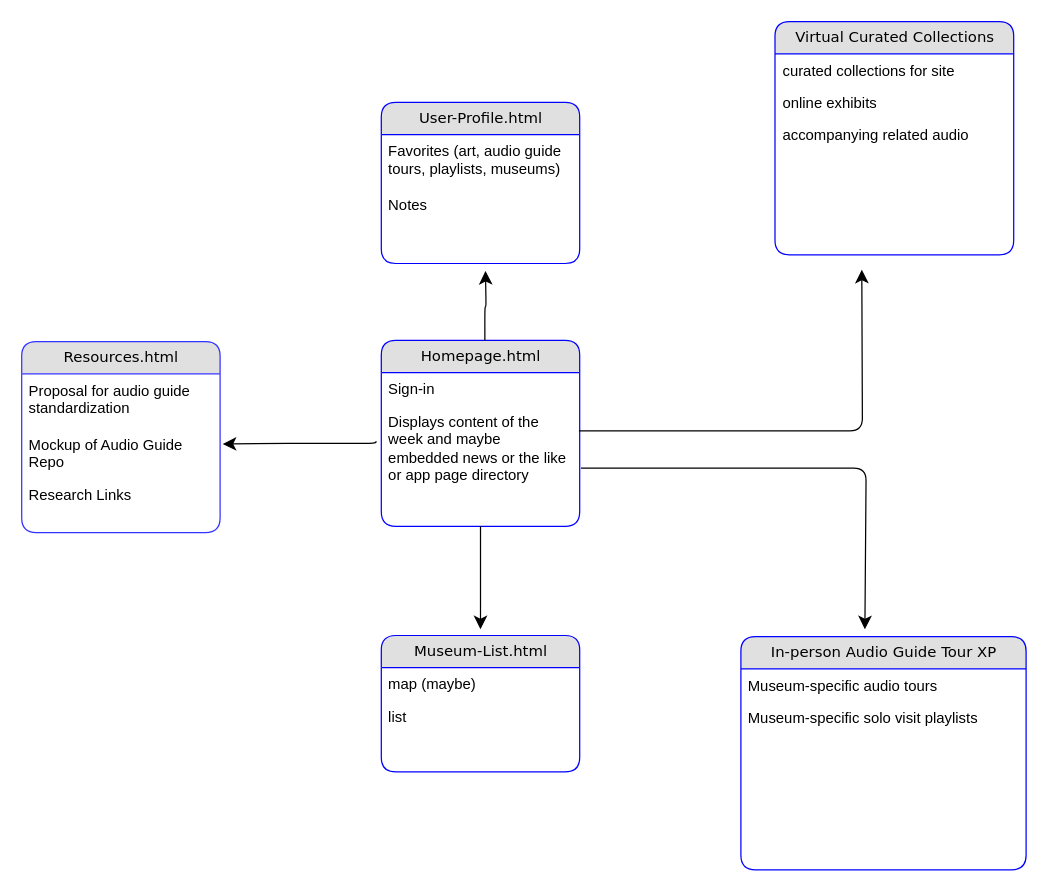
Earlier version of the draw.io diagram app_flow_POLK.drawio (erikkaincolor/project-4-app-flow). Source tidied: cells renumbered, new cells numbered last; positions are measured from the earlier drawing's top-left corner, leaving out a move shared by most shapes. Both pictures are drawn from the tidied source at 124%, with x=0, y=0 at pixel (21, 21).
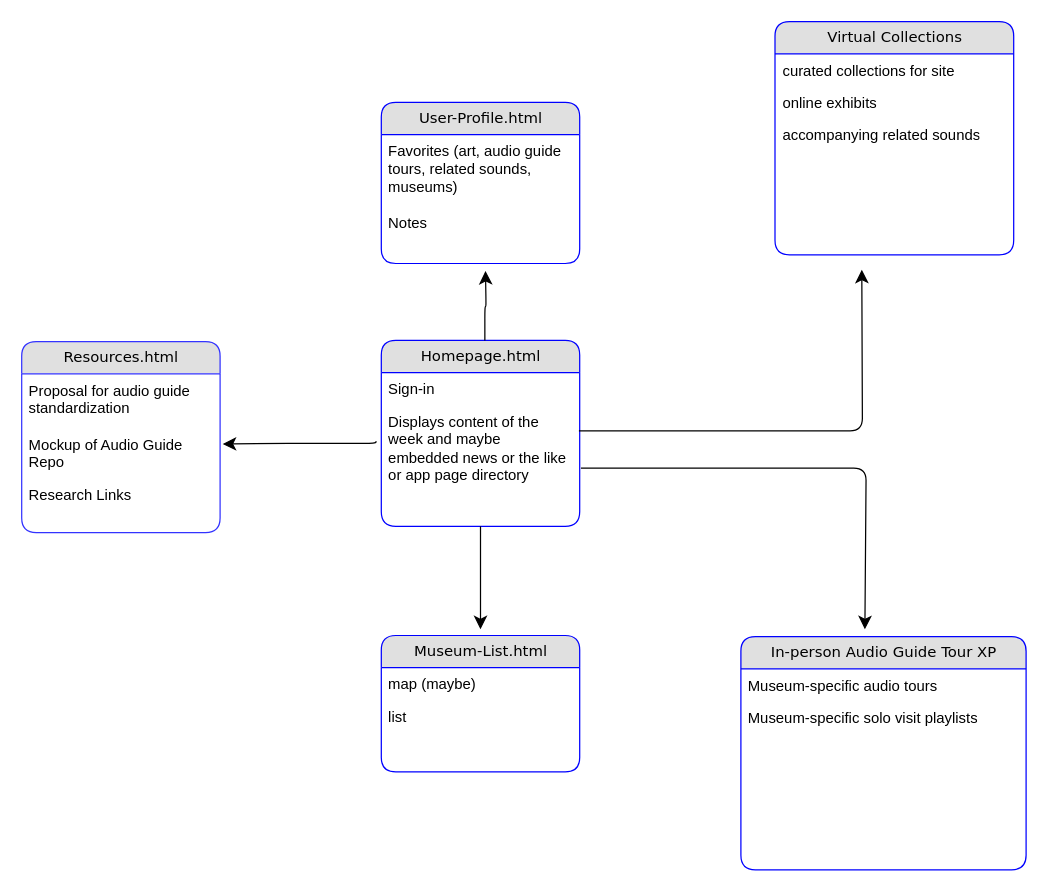
The same page after the edit.

Unchanged cells that the change refers to:
```xml
<mxCell id="2" value="User-Profile.html" style="swimlane;html=1;fontStyle=0;horizontal=1;startSize=26;fillColor=#e0e0e0;swimlaneFillColor=#ffffff;align=center;rounded=1;shadow=0;comic=0;labelBackgroundColor=none;strokeWidth=1;fontFamily=Verdana;fontSize=12;strokeColor=#0000FF;" parent="1" vertex="1">
  <mxGeometry x="290" y="65" width="160" height="130" as="geometry" />
</mxCell>
```

The edit, as a diff of the source:
```diff
@@
-    <mxCell id="3" value="&lt;div&gt;Favorites (art, audio guide tours, playlists, museums)&lt;/div&gt;&lt;div&gt;&lt;br&gt;&lt;/div&gt;&lt;div&gt;Notes&lt;br&gt;&lt;/div&gt;" style="text;html=1;strokeColor=none;fillColor=none;spacingLeft=4;spacingRight=4;whiteSpace=wrap;overflow=hidden;" parent="2" vertex="1">
+    <mxCell id="3" value="&lt;div&gt;Favorites (art, audio guide tours, related sounds, museums)&lt;/div&gt;&lt;div&gt;&lt;br&gt;&lt;/div&gt;&lt;div&gt;Notes&lt;br&gt;&lt;/div&gt;" style="text;html=1;strokeColor=none;fillColor=none;spacingLeft=4;spacingRight=4;whiteSpace=wrap;overflow=hidden;" parent="2" vertex="1">
       <mxGeometry y="26" width="160" height="94" as="geometry" />
     </mxCell>
@@
-    <mxCell id="8" value="Virtual Curated Collections" style="swimlane;html=1;fontStyle=0;horizontal=1;startSize=26;fillColor=#e0e0e0;swimlaneFillColor=#ffffff;align=center;rounded=1;shadow=0;comic=0;labelBackgroundColor=none;strokeWidth=1;fontFamily=Verdana;fontSize=12;strokeColor=#0000FF;" parent="1" vertex="1">
+    <mxCell id="8" value="Virtual Collections" style="swimlane;html=1;fontStyle=0;horizontal=1;startSize=26;fillColor=#e0e0e0;swimlaneFillColor=#ffffff;align=center;rounded=1;shadow=0;comic=0;labelBackgroundColor=none;strokeWidth=1;fontFamily=Verdana;fontSize=12;strokeColor=#0000FF;" parent="1" vertex="1">
       <mxGeometry x="607.5" width="192.5" height="188" as="geometry" />
     </mxCell>
@@
-    <mxCell id="11" value="accompanying related audio" style="text;html=1;strokeColor=none;fillColor=none;spacingLeft=4;spacingRight=4;whiteSpace=wrap;overflow=hidden;" parent="8" vertex="1">
+    <mxCell id="11" value="accompanying related sounds" style="text;html=1;strokeColor=none;fillColor=none;spacingLeft=4;spacingRight=4;whiteSpace=wrap;overflow=hidden;" parent="8" vertex="1">
       <mxGeometry y="78" width="192.5" height="84" as="geometry" />
     </mxCell>
```
